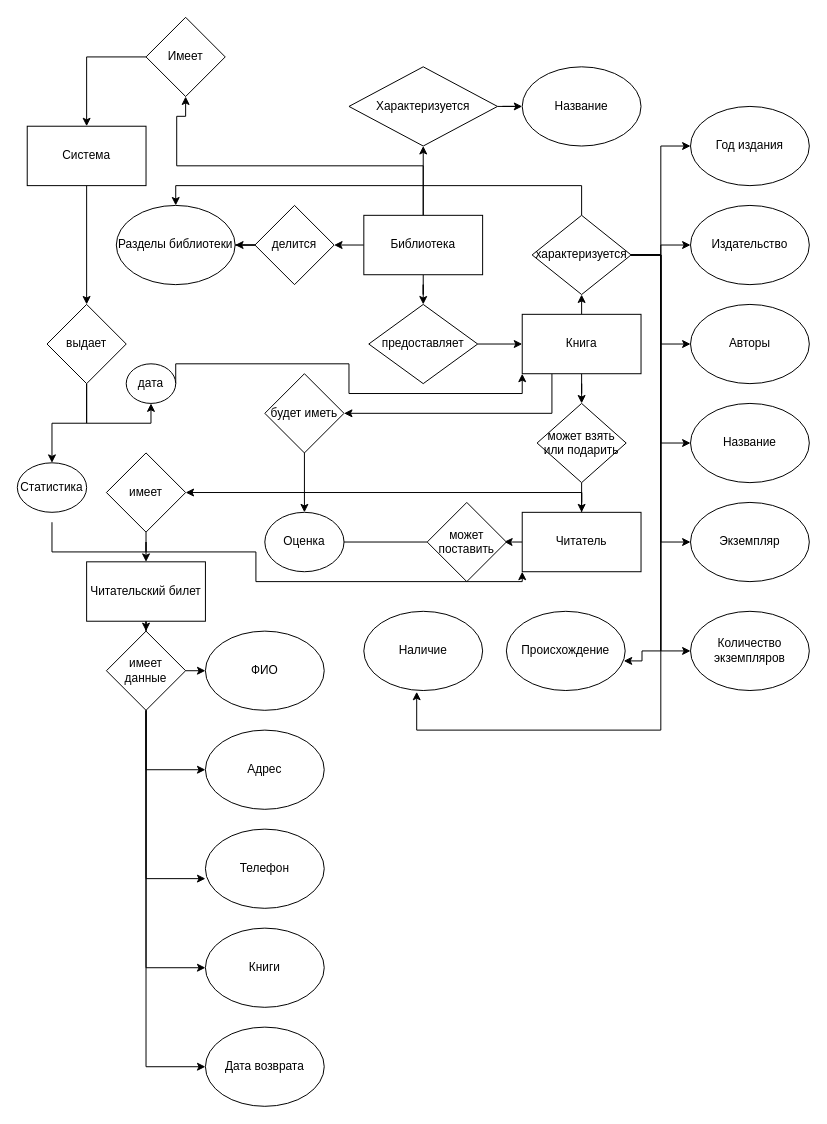
Above: lab2.drawio in Volsom/a.v.moslov (draw.io), before the change. Source tidied: cells renumbered, new cells numbered last; positions are measured from the earlier drawing's top-left corner, leaving out a move shared by most shapes. Both pictures are drawn from the tidied source at 99%, with x=0, y=0 at pixel (17, 17).
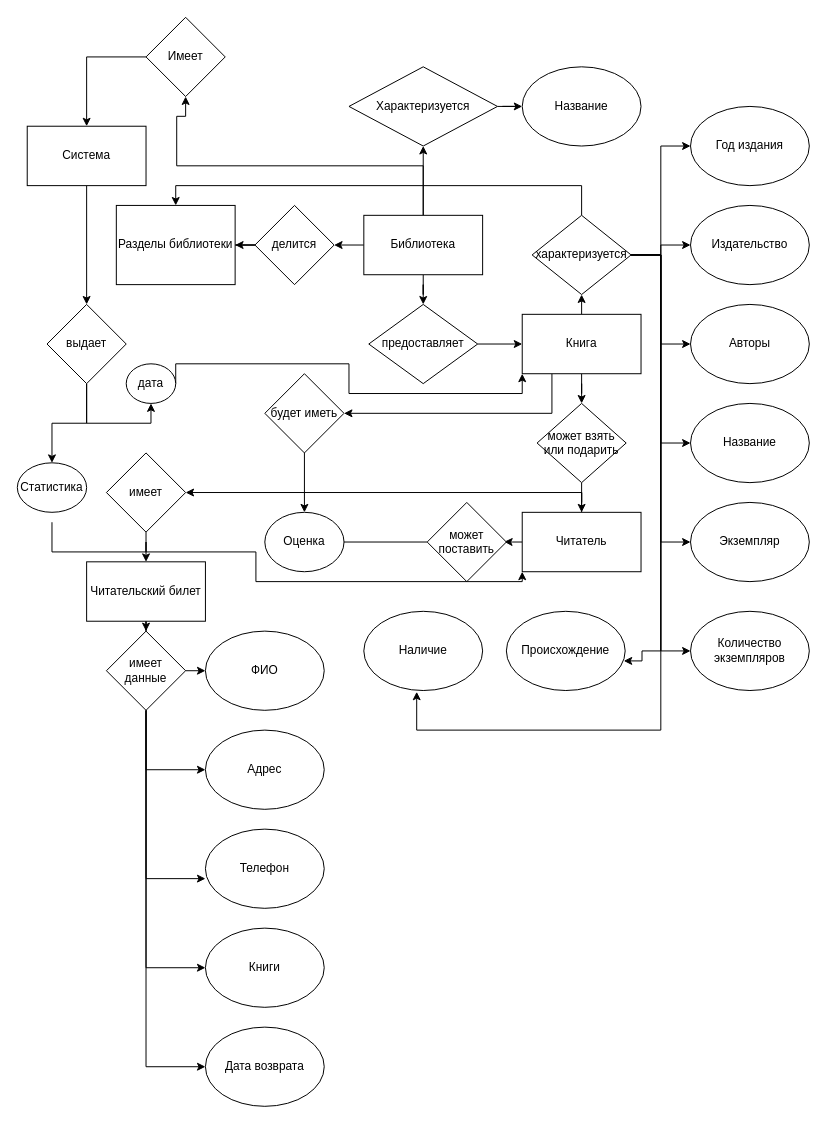
The same diagram, later.

What changed in the source:
```diff
@@
-    <mxCell id="30" value="Разделы библиотеки&lt;br&gt;" style="ellipse;whiteSpace=wrap;html=1;" parent="1" vertex="1">
+    <mxCell id="30" value="Разделы библиотеки&lt;br&gt;" style="whiteSpace=wrap;html=1;rounded=0;" parent="1" vertex="1">
       <mxGeometry x="100" y="190" width="120" height="80" as="geometry" />
     </mxCell>
```
